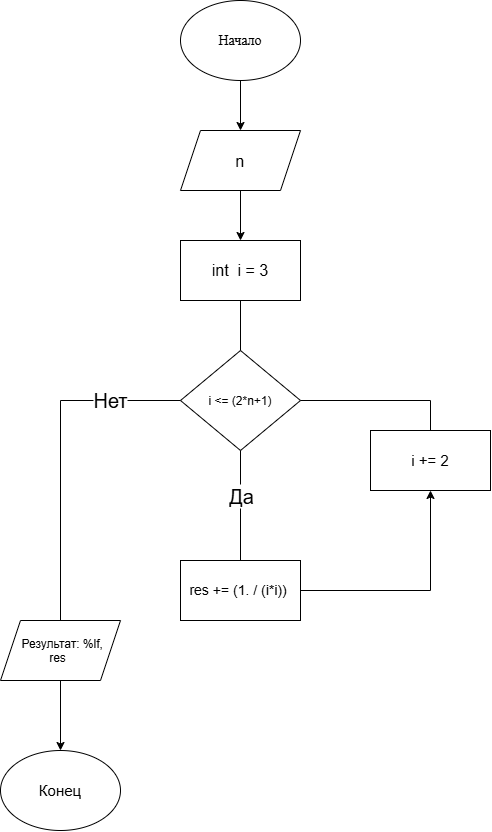
Above: Lab_08_13.png in valknown/hw8 (draw.io), before the change. Source tidied: cells renumbered, new cells last; positions are measured from the earlier drawing's top-left corner, leaving out a move shared by most shapes.
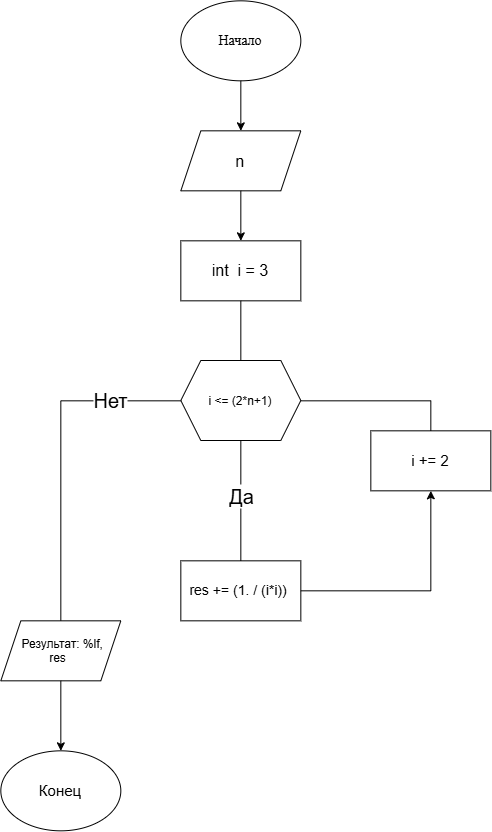
The same diagram one commit later.

The edit, as a diff of the source:
```diff
@@ -5,82 +5,82 @@
     <mxCell id="2" value="Начало" style="ellipse;whiteSpace=wrap;html=1;shapeInside=1;fontFamily=Times New Roman;fontSize=14;" parent="1" vertex="1">
       <mxGeometry x="180" width="120" height="80" as="geometry" />
     </mxCell>
-    <mxCell id="3" style="endArrow=classic;html=1;rounded=0;exitX=0.5;exitY=1;exitDx=0;exitDy=0;fontFamily=Times New Roman;fontSize=14;" parent="1" edge="1" source="2">
-      <mxGeometry relative="1" as="geometry">
-        <mxPoint x="240" y="130" as="targetPoint" />
-      </mxGeometry>
-    </mxCell>
+    <mxCell id="20" style="endArrow=classic;html=1;rounded=0;exitX=0.5;exitY=1;exitDx=0;exitDy=0;fontFamily=Times New Roman;fontSize=14;" parent="1" edge="1" source="2">
+      <mxGeometry relative="1" as="geometry">
+        <mxPoint x="240" y="130" as="targetPoint" />
+      </mxGeometry>
+    </mxCell>
     <mxCell id="4" value="&lt;span style=&quot;text-decoration-line: inherit; background-color: transparent; color: light-dark(#000000, var(--ge-light-color, #ffffff));&quot;&gt;&lt;font style=&quot;font-size: 16px;&quot;&gt;n&lt;/font&gt;&lt;/span&gt;" style="shape=parallelogram;perimeter=parallelogramPerimeter;whiteSpace=wrap;html=1;shapeInside=1;fixedSize=1;" parent="1" vertex="1">
       <mxGeometry x="180" y="130" width="120" height="60" as="geometry" />
     </mxCell>
-    <mxCell id="5" style="endArrow=classic;html=1;rounded=0;defaultLabelBackgroundColor=page;exitX=0.5;exitY=1;exitDx=0;exitDy=0;" parent="1" edge="1" source="4">
-      <mxGeometry relative="1" as="geometry">
-        <mxPoint x="240" y="240" as="targetPoint" />
-      </mxGeometry>
-    </mxCell>
+    <mxCell id="21" style="endArrow=classic;html=1;rounded=0;defaultLabelBackgroundColor=page;exitX=0.5;exitY=1;exitDx=0;exitDy=0;" parent="1" edge="1" source="4">
+      <mxGeometry relative="1" as="geometry">
+        <mxPoint x="240" y="240" as="targetPoint" />
+      </mxGeometry>
+    </mxCell>
     <mxCell id="6" value="int&amp;nbsp; i = 3" style="rounded=0;whiteSpace=wrap;html=1;fontSize=16;" parent="1" vertex="1">
       <mxGeometry x="180" y="240" width="120" height="60" as="geometry" />
     </mxCell>
-    <mxCell id="7" style="endArrow=none;html=1;rounded=0;defaultLabelBackgroundColor=page;exitX=0.5;exitY=1;exitDx=0;exitDy=0;" parent="1" edge="1" source="6">
-      <mxGeometry relative="1" as="geometry">
-        <mxPoint x="240" y="350" as="targetPoint" />
-      </mxGeometry>
-    </mxCell>
-    <mxCell id="8" value="i &amp;lt;= (2*n+1)" style="rhombus;whiteSpace=wrap;html=1;shapeInside=1;" parent="1" vertex="1">
-      <mxGeometry x="180" y="350" width="120" height="100" as="geometry" />
-    </mxCell>
-    <mxCell id="9" style="endArrow=none;html=1;rounded=0;defaultLabelBackgroundColor=page;entryX=0.5;entryY=1;entryDx=0;entryDy=0;" parent="1" edge="1" target="8">
-      <mxGeometry relative="1" as="geometry">
-        <mxPoint x="240" y="560" as="sourcePoint" />
-      </mxGeometry>
-    </mxCell>
+    <mxCell id="22" style="endArrow=none;html=1;rounded=0;defaultLabelBackgroundColor=page;exitX=0.5;exitY=1;exitDx=0;exitDy=0;entryX=0.5;entryY=0;entryDx=0;entryDy=0;" parent="1" edge="1" source="6" target="8">
+      <mxGeometry relative="1" as="geometry" />
+    </mxCell>
+    <mxCell id="23" style="endArrow=none;html=1;rounded=0;defaultLabelBackgroundColor=page;entryX=0.5;entryY=1;entryDx=0;entryDy=0;" parent="1" edge="1" target="8">
+      <mxGeometry relative="1" as="geometry">
+        <mxPoint x="240" y="560" as="sourcePoint" />
+      </mxGeometry>
+    </mxCell>
-    <mxCell id="10" value="Да" style="edgeLabel;html=1;align=center;verticalAlign=middle;inheritText=fontFamily,fontColor,fontStyle,textOpacity,labelBorderColor,labelBorderWidth,labelBackgroundColor,defaultLabelBackgroundColor,labelPadding;defaultLabelBackgroundColor=page;fontSize=20;" parent="9" vertex="1">
-      <mxGeometry x="0.19" y="4" relative="1" as="geometry">
+    <mxCell id="10" value="Да" style="edgeLabel;html=1;align=center;verticalAlign=middle;inheritText=fontFamily,fontColor,fontStyle,textOpacity,labelBorderColor,labelBorderWidth,labelBackgroundColor,defaultLabelBackgroundColor,labelPadding;defaultLabelBackgroundColor=page;fontSize=20;" parent="23" vertex="1">
+      <mxGeometry x="0.08" y="4" relative="1" as="geometry">
         <mxPoint x="4" as="offset" />
       </mxGeometry>
     </mxCell>
     <mxCell id="11" value="&lt;font style=&quot;font-size: 14px;&quot;&gt;res += (1. / (i*i))&amp;nbsp;&lt;/font&gt;" style="rounded=0;whiteSpace=wrap;html=1;" parent="1" vertex="1">
       <mxGeometry x="180" y="560" width="120" height="60" as="geometry" />
     </mxCell>
-    <mxCell id="12" style="endArrow=classic;html=1;rounded=0;defaultLabelBackgroundColor=page;exitX=1;exitY=0.5;exitDx=0;exitDy=0;" parent="1" edge="1" source="11">
-      <mxGeometry x="-0.22" relative="1" as="geometry">
-        <mxPoint x="430" y="490" as="targetPoint" />
-        <Array as="points">
-          <mxPoint x="430" y="590" />
-        </Array>
-      </mxGeometry>
-    </mxCell>
+    <mxCell id="24" style="endArrow=classic;html=1;rounded=0;defaultLabelBackgroundColor=page;exitX=1;exitY=0.5;exitDx=0;exitDy=0;" parent="1" edge="1" source="11">
+      <mxGeometry x="-0.22" relative="1" as="geometry">
+        <mxPoint x="430" y="490" as="targetPoint" />
+        <Array as="points">
+          <mxPoint x="430" y="590" />
+        </Array>
+      </mxGeometry>
+    </mxCell>
     <mxCell id="13" value="&lt;font style=&quot;font-size: 15px;&quot;&gt;i += 2&lt;/font&gt;" style="rounded=0;whiteSpace=wrap;html=1;" parent="1" vertex="1">
       <mxGeometry x="370" y="430" width="120" height="60" as="geometry" />
     </mxCell>
-    <mxCell id="14" style="endArrow=none;html=1;rounded=0;defaultLabelBackgroundColor=page;exitX=0.5;exitY=0;exitDx=0;exitDy=0;entryX=1;entryY=0.5;entryDx=0;entryDy=0;" parent="1" edge="1" source="13" target="8">
-      <mxGeometry relative="1" as="geometry">
-        <Array as="points">
-          <mxPoint x="430" y="400" />
-        </Array>
-      </mxGeometry>
-    </mxCell>
-    <mxCell id="15" style="endArrow=none;html=1;rounded=0;defaultLabelBackgroundColor=page;exitX=0;exitY=0.5;exitDx=0;exitDy=0;" parent="1" edge="1" source="8">
-      <mxGeometry x="-0.58" relative="1" as="geometry">
-        <mxPoint x="60" y="620" as="targetPoint" />
-        <Array as="points">
-          <mxPoint x="60" y="400" />
-        </Array>
-      </mxGeometry>
-    </mxCell>
+    <mxCell id="25" style="endArrow=none;html=1;rounded=0;defaultLabelBackgroundColor=page;exitX=0.5;exitY=0;exitDx=0;exitDy=0;entryX=1;entryY=0.5;entryDx=0;entryDy=0;" parent="1" edge="1" source="13">
+      <mxGeometry relative="1" as="geometry">
+        <mxPoint x="300" y="400" as="targetPoint" />
+        <Array as="points">
+          <mxPoint x="430" y="400" />
+        </Array>
+      </mxGeometry>
+    </mxCell>
+    <mxCell id="26" style="endArrow=none;html=1;rounded=0;defaultLabelBackgroundColor=page;exitX=0;exitY=0.5;exitDx=0;exitDy=0;" parent="1" edge="1">
+      <mxGeometry x="-0.58" relative="1" as="geometry">
+        <mxPoint x="180" y="400" as="sourcePoint" />
+        <mxPoint x="60" y="620" as="targetPoint" />
+        <Array as="points">
+          <mxPoint x="60" y="400" />
+        </Array>
+      </mxGeometry>
+    </mxCell>
-    <mxCell id="16" value="Нет" style="edgeLabel;html=1;align=center;verticalAlign=middle;inheritText=fontFamily,fontColor,fontStyle,textOpacity,labelBorderColor,labelBorderWidth,labelBackgroundColor,defaultLabelBackgroundColor,labelPadding;defaultLabelBackgroundColor=page;fontSize=20;" parent="15" vertex="1">
+    <mxCell id="16" value="Нет" style="edgeLabel;html=1;align=center;verticalAlign=middle;inheritText=fontFamily,fontColor,fontStyle,textOpacity,labelBorderColor,labelBorderWidth,labelBackgroundColor,defaultLabelBackgroundColor,labelPadding;defaultLabelBackgroundColor=page;fontSize=20;" parent="26" vertex="1">
       <mxGeometry x="-0.58" y="-1" relative="1" as="geometry" />
     </mxCell>
     <mxCell id="17" value="Результат: %lf, res" style="shape=parallelogram;perimeter=parallelogramPerimeter;whiteSpace=wrap;html=1;shapeInside=1;fixedSize=1;" parent="1" vertex="1">
       <mxGeometry y="620" width="120" height="60" as="geometry" />
     </mxCell>
-    <mxCell id="18" style="endArrow=classic;html=1;rounded=0;defaultLabelBackgroundColor=page;exitX=0.5;exitY=1;exitDx=0;exitDy=0;" parent="1" edge="1" source="17">
-      <mxGeometry relative="1" as="geometry">
-        <mxPoint x="60" y="750" as="targetPoint" />
-      </mxGeometry>
-    </mxCell>
+    <mxCell id="27" style="endArrow=classic;html=1;rounded=0;defaultLabelBackgroundColor=page;exitX=0.5;exitY=1;exitDx=0;exitDy=0;" parent="1" edge="1" source="17">
+      <mxGeometry relative="1" as="geometry">
+        <mxPoint x="60" y="750" as="targetPoint" />
+      </mxGeometry>
+    </mxCell>
     <mxCell id="19" value="Конец" style="ellipse;whiteSpace=wrap;html=1;shapeInside=1;fontSize=15;" parent="1" vertex="1">
       <mxGeometry y="750" width="120" height="80" as="geometry" />
     </mxCell>
+    <mxCell id="8" value="i &amp;lt;= (2*n+1)" style="shape=hexagon;perimeter=hexagonPerimeter2;whiteSpace=wrap;html=1;shapeInside=1;fixedSize=1;" parent="1" vertex="1">
+      <mxGeometry x="180" y="359.7" width="120" height="80" as="geometry" />
+    </mxCell>
   </root>
 </mxGraphModel>
```
